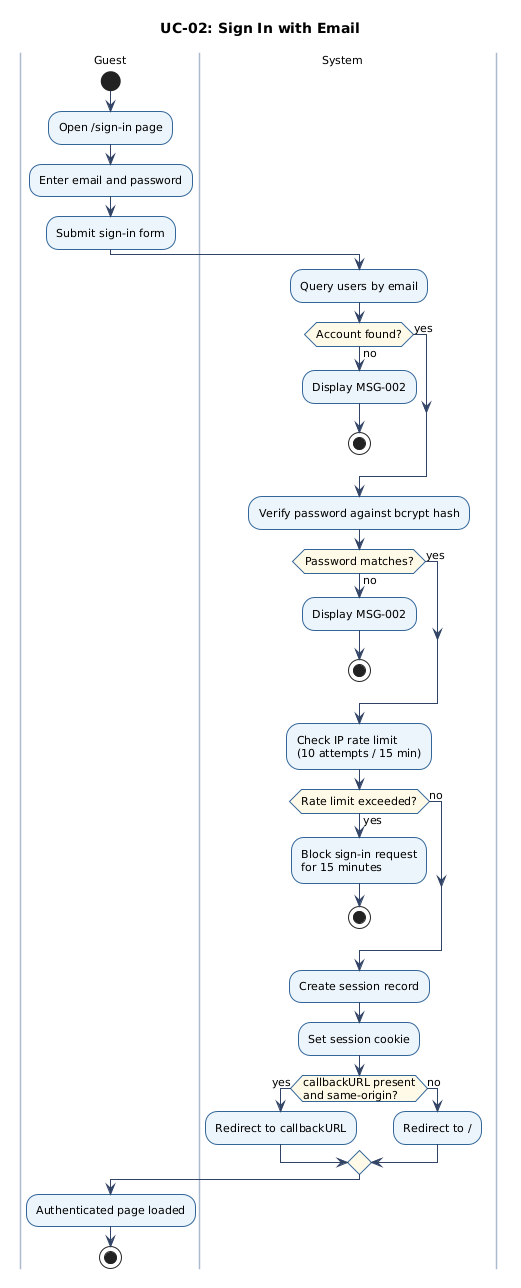
Before: docs/figures/uc-02-activity.png, a diagram exported from PlantUML (chinhbmt122/Software-Architecture). Source of this version:
```plantuml
@startuml
skinparam defaultFontName Arial
skinparam defaultFontSize 11
skinparam ArrowColor #334466
skinparam ActivityBorderColor #336699
skinparam ActivityBackgroundColor #EBF4FA
skinparam ActivityBorderThickness 1
skinparam ActivityDiamondBorderColor #336699
skinparam ActivityDiamondBackgroundColor #FFF9E6
skinparam NoteBackgroundColor #FFFCE0
skinparam NoteBorderColor #CCBB00
skinparam swimlaneBorderColor #AABBCC
skinparam swimlaneWidth 160
skinparam shadowing false
title UC-02: Sign In with Email
|Guest|
start
:Open /sign-in page;
:Enter email and password;
:Submit sign-in form;
|System|
:Query users by email;
if (Account found?) then (no)
  :Display MSG-002;
  stop
else (yes)
endif
:Verify password against bcrypt hash;
if (Password matches?) then (no)
  :Display MSG-002;
  stop
else (yes)
endif
:Check IP rate limit\n(10 attempts / 15 min);
if (Rate limit exceeded?) then (yes)
  :Block sign-in request\nfor 15 minutes;
  stop
else (no)
endif
:Create session record;
:Set session cookie;
if (callbackURL present\nand same-origin?) then (yes)
  :Redirect to callbackURL;
else (no)
  :Redirect to /;
endif
|Guest|
:Authenticated page loaded;
stop
@enduml
```
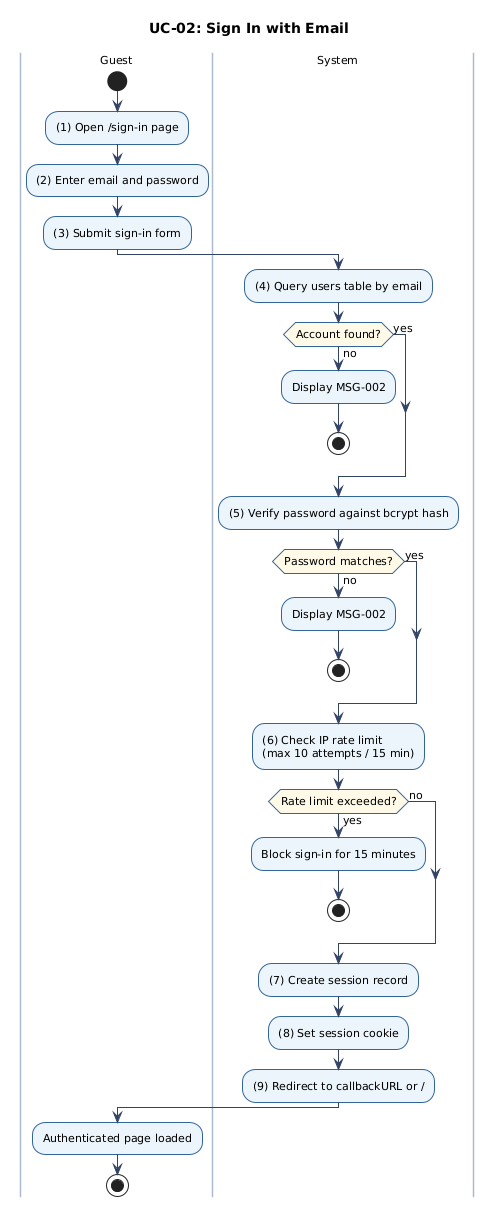
After the change.

What changed in the source:
```diff
@@ -15,35 +15,31 @@
 title UC-02: Sign In with Email
 |Guest|
 start
-:Open /sign-in page;
-:Enter email and password;
-:Submit sign-in form;
+:(1) Open /sign-in page;
+:(2) Enter email and password;
+:(3) Submit sign-in form;
 |System|
-:Query users by email;
+:(4) Query users table by email;
 if (Account found?) then (no)
   :Display MSG-002;
   stop
 else (yes)
 endif
-:Verify password against bcrypt hash;
+:(5) Verify password against bcrypt hash;
 if (Password matches?) then (no)
   :Display MSG-002;
   stop
 else (yes)
 endif
-:Check IP rate limit\n(10 attempts / 15 min);
+:(6) Check IP rate limit\n(max 10 attempts / 15 min);
 if (Rate limit exceeded?) then (yes)
-  :Block sign-in request\nfor 15 minutes;
+  :Block sign-in for 15 minutes;
   stop
 else (no)
 endif
-:Create session record;
-:Set session cookie;
-if (callbackURL present\nand same-origin?) then (yes)
-  :Redirect to callbackURL;
-else (no)
-  :Redirect to /;
-endif
+:(7) Create session record;
+:(8) Set session cookie;
+:(9) Redirect to callbackURL or /;
 |Guest|
 :Authenticated page loaded;
 stop
```
